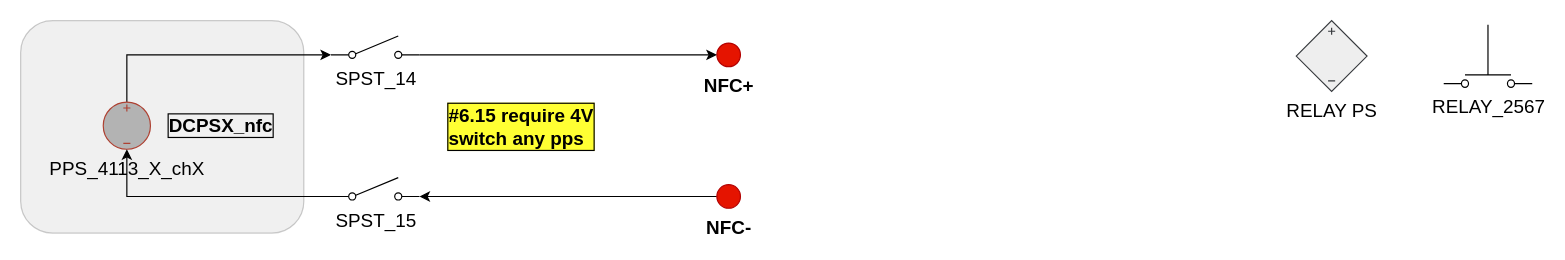
ktlim-xy/draw-io keeps this draw.io diagram as BMS_device_B_6p15.drawio. Above is the earlier version. Source tidied: cells renumbered, new cells numbered last; positions are measured from the earlier drawing's top-left corner, leaving out a move shared by most shapes. Both pictures are drawn from the tidied source at 118%, with x=0, y=0 at pixel (20, 20).
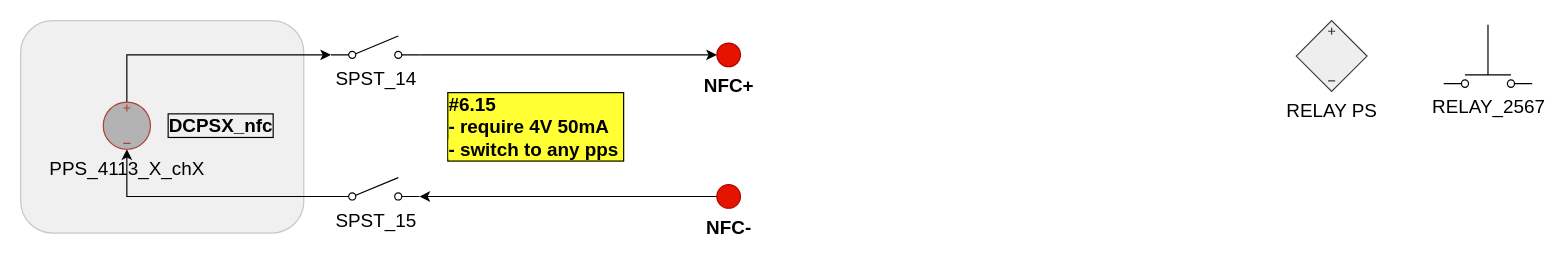
The same page after the edit.

What changed in the source:
```diff
@@
 <mxGraphModel>
   <root>
     <mxCell id="0" />
     <mxCell id="1" parent="0" />
     <mxCell id="2" value="RELAY PS" style="verticalLabelPosition=bottom;shadow=0;dashed=0;align=center;html=1;verticalAlign=top;shape=mxgraph.electrical.signal_sources.source;elSourceType=dependent;elSignalType=dc3;fillColor=#eeeeee;strokeColor=#36393d;fontSize=16;" parent="1" vertex="1">
       <mxGeometry x="1081" width="60" height="60" as="geometry" />
     </mxCell>
     <mxCell id="3" value="RELAY_2567" style="verticalLabelPosition=bottom;shadow=0;dashed=0;align=center;html=1;verticalAlign=top;shape=mxgraph.electrical.electro-mechanical.pushbuttonMakeSwitch2;elSwitchState=1;fontSize=16;" parent="1" vertex="1">
       <mxGeometry x="1206" y="3.5" width="75" height="53" as="geometry" />
     </mxCell>
     <mxCell id="4" style="edgeStyle=orthogonalEdgeStyle;rounded=0;jettySize=auto;html=1;exitX=0;exitY=0.5;exitDx=0;exitDy=0;entryX=1;entryY=0.8;entryDx=0;entryDy=0;fontSize=16;" parent="1" edge="1" source="5" target="13">
       <mxGeometry relative="1" as="geometry" />
     </mxCell>
     <mxCell id="5" value="NFC-" style="verticalLabelPosition=bottom;shadow=0;dashed=0;align=center;html=1;verticalAlign=top;strokeWidth=1;shape=ellipse;perimeter=ellipsePerimeter;fillColor=#e51400;fontColor=light-dark(#000000,#FF0000);strokeColor=#B20000;fontSize=16;fontStyle=1;" parent="1" vertex="1">
       <mxGeometry x="590" y="139" width="20" height="20" as="geometry" />
     </mxCell>
     <mxCell id="6" value="NFC+" style="verticalLabelPosition=bottom;shadow=0;dashed=0;align=center;html=1;verticalAlign=top;strokeWidth=1;shape=ellipse;perimeter=ellipsePerimeter;fillColor=#e51400;fontColor=light-dark(#000000,#FF0000);strokeColor=#B20000;fontSize=16;fontStyle=1;" parent="1" vertex="1">
       <mxGeometry x="590" y="19" width="20" height="20" as="geometry" />
     </mxCell>
-    <mxCell id="7" value="#6.15 require 4V&lt;div&gt;switch any pps&lt;/div&gt;" style="text;html=1;whiteSpace=wrap;strokeColor=none;fillColor=none;align=left;verticalAlign=middle;rounded=0;fontStyle=1;fontColor=#000000;fontSize=16;labelBorderColor=default;labelBackgroundColor=#FFFF33;" parent="1" vertex="1">
-      <mxGeometry x="360" y="75" width="180" height="30" as="geometry" />
+    <mxCell id="7" value="#6.15&amp;nbsp;&lt;div&gt;- require 4V 50mA&lt;/div&gt;&lt;div&gt;&lt;span style=&quot;background-color: light-dark(rgb(255, 255, 51), rgb(43, 43, 0)); color: light-dark(rgb(0, 0, 0), rgb(237, 237, 237));&quot;&gt;- switch to any pps&amp;nbsp;&lt;/span&gt;&lt;/div&gt;" style="text;html=1;whiteSpace=wrap;strokeColor=none;fillColor=none;align=left;verticalAlign=middle;rounded=0;fontStyle=1;fontColor=#000000;fontSize=16;labelBorderColor=default;labelBackgroundColor=#FFFF33;" parent="1" vertex="1">
+      <mxGeometry x="360" y="75" width="390" height="30" as="geometry" />
     </mxCell>
     <mxCell id="8" style="rounded=1;whiteSpace=wrap;html=1;fillColor=#B3B3B3;gradientColor=none;fillStyle=auto;gradientDirection=radial;opacity=20;fontSize=16;" parent="1" vertex="1">
       <mxGeometry width="240" height="180" as="geometry" />
     </mxCell>
     <mxCell id="9" style="edgeStyle=orthogonalEdgeStyle;rounded=0;jettySize=auto;html=1;exitX=0.5;exitY=0;exitDx=0;exitDy=0;exitPerimeter=0;entryX=0;entryY=0.8;entryDx=0;entryDy=0;fontSize=16;" parent="1" edge="1" source="10" target="12">
       <mxGeometry relative="1" as="geometry" />
     </mxCell>
     <mxCell id="10" value="PPS_4113_X_chX" style="verticalLabelPosition=bottom;shadow=0;dashed=0;align=center;html=1;verticalAlign=top;shape=mxgraph.electrical.signal_sources.source;points=[[0.5,0,0],[1,0.5,0],[0.5,1,0],[0,0.5,0]];elSignalType=dc3;rotation=0;fillColor=#B3B3B3;strokeColor=#ae4132;fontSize=16;" parent="1" vertex="1">
       <mxGeometry x="70" y="69" width="40" height="40" as="geometry" />
     </mxCell>
     <mxCell id="11" style="edgeStyle=orthogonalEdgeStyle;rounded=0;jettySize=auto;html=1;exitX=1;exitY=0.8;exitDx=0;exitDy=0;entryX=0;entryY=0.5;entryDx=0;entryDy=0;fontSize=16;" parent="1" edge="1" source="12" target="6">
       <mxGeometry relative="1" as="geometry" />
     </mxCell>
     <mxCell id="12" value="SPST_14" style="html=1;shape=mxgraph.electrical.electro-mechanical.singleSwitch;elSwitchState=off;verticalAlign=top;labelPosition=center;verticalLabelPosition=bottom;align=center;fontSize=16;" parent="1" vertex="1">
       <mxGeometry x="263" y="13" width="75" height="20" as="geometry" />
     </mxCell>
     <mxCell id="13" value="SPST_15" style="html=1;shape=mxgraph.electrical.electro-mechanical.singleSwitch;elSwitchState=off;verticalAlign=top;labelPosition=center;verticalLabelPosition=bottom;align=center;fontSize=16;" parent="1" vertex="1">
       <mxGeometry x="263" y="133" width="75" height="20" as="geometry" />
     </mxCell>
     <mxCell id="14" style="edgeStyle=orthogonalEdgeStyle;rounded=0;jettySize=auto;html=1;exitX=0;exitY=0.8;exitDx=0;exitDy=0;entryX=0.5;entryY=1;entryDx=0;entryDy=0;entryPerimeter=0;fontSize=16;" parent="1" edge="1" source="13" target="10">
       <mxGeometry relative="1" as="geometry" />
     </mxCell>
     <mxCell id="15" value="&lt;span&gt;&lt;font&gt;DCPSX_nfc&lt;/font&gt;&lt;/span&gt;" style="text;html=1;whiteSpace=wrap;strokeColor=none;fillColor=none;align=center;verticalAlign=middle;rounded=0;fontSize=16;fontColor=#000000;fontStyle=1;labelBorderColor=default;" parent="1" vertex="1">
       <mxGeometry x="140" y="74" width="60" height="30" as="geometry" />
     </mxCell>
   </root>
 </mxGraphModel>
```
